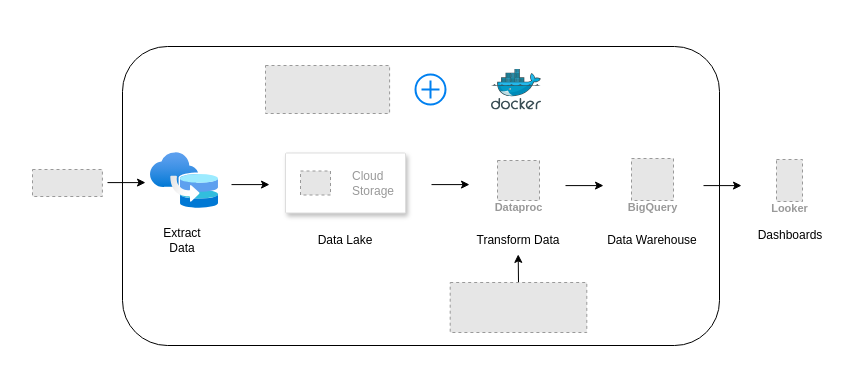
ganeshs0504/Flight-Data-Pipeline keeps this draw.io diagram as resources/Pipeline Diagram drawio file.drawio. Above is the earlier version. Source tidied: cells renumbered, new cells numbered last; positions are measured from the earlier drawing's top-left corner, leaving out a move shared by most shapes. Both pictures are drawn from the tidied source at 100%, with x=0, y=0 at pixel (32, 46). Pictures stored in the file or linked from it are replaced by grey dashed boxes.
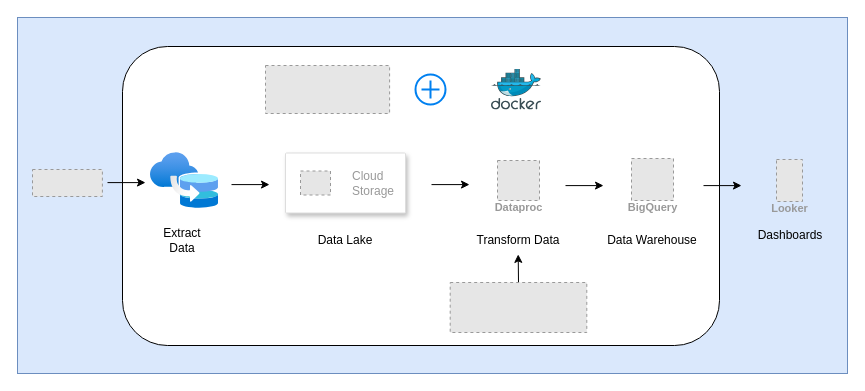
After the change.

The edit, as a diff of the source:
```diff
@@
+    <mxCell id="25" style="rounded=0;whiteSpace=wrap;html=1;fillColor=#dae8fc;strokeColor=#6c8ebf;" parent="1" vertex="1">
+      <mxGeometry x="-15" y="-29" width="830" height="356" as="geometry" />
+    </mxCell>
```
